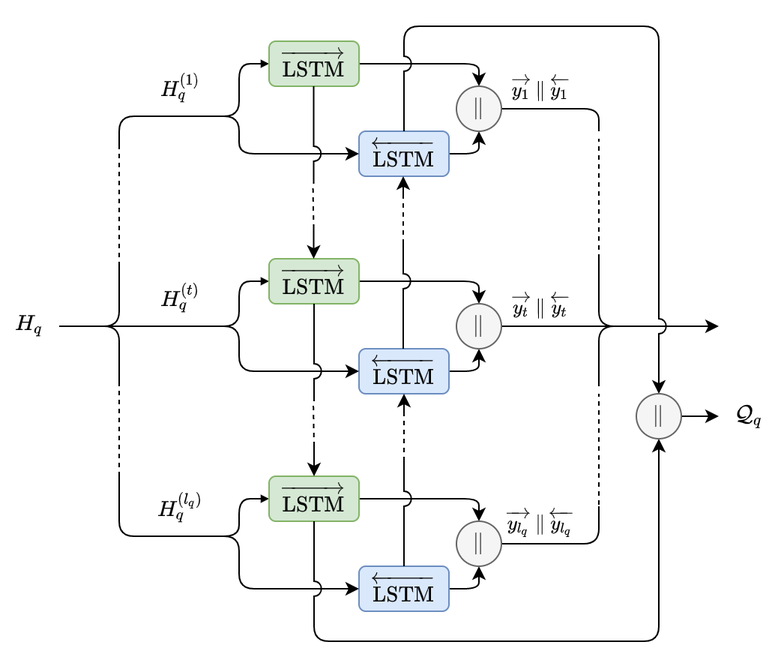
Before: figures/bilstm.png, a diagram exported from draw.io (alexmirrington/honours-thesis). Source tidied: cells renumbered, new cells last; positions are measured from the earlier drawing's top-left corner, leaving out a move shared by most shapes.
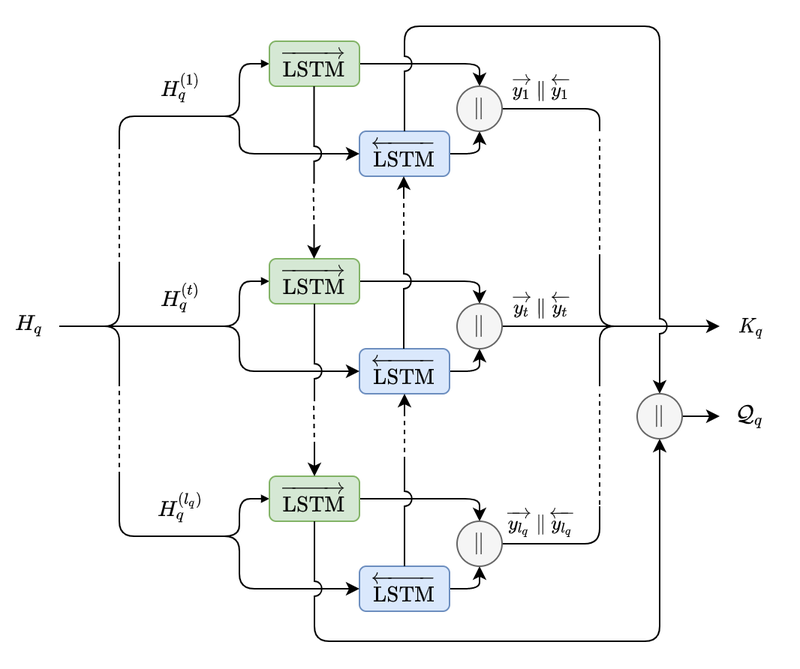
The same file after the commit.

Change to the diagram source:
```diff
@@ -118,6 +118,11 @@
         <mxPoint x="440" y="200" as="targetPoint" />
       </mxGeometry>
     </mxCell>
+    <mxCell id="56" value="$$K_q$$" style="edgeLabel;html=1;align=center;verticalAlign=middle;labelBackgroundColor=none;" parent="22" vertex="1">
+      <mxGeometry x="0.75" y="1" relative="1" as="geometry">
+        <mxPoint x="38" y="1" as="offset" />
+      </mxGeometry>
+    </mxCell>
     <mxCell id="23" value="$$\mathbin\Vert$$" style="ellipse;whiteSpace=wrap;html=1;labelBackgroundColor=none;fillColor=#f5f5f5;strokeColor=#666666;fontColor=#333333;" parent="1" vertex="1">
       <mxGeometry x="265" y="185" width="30" height="30" as="geometry" />
     </mxCell>
```
